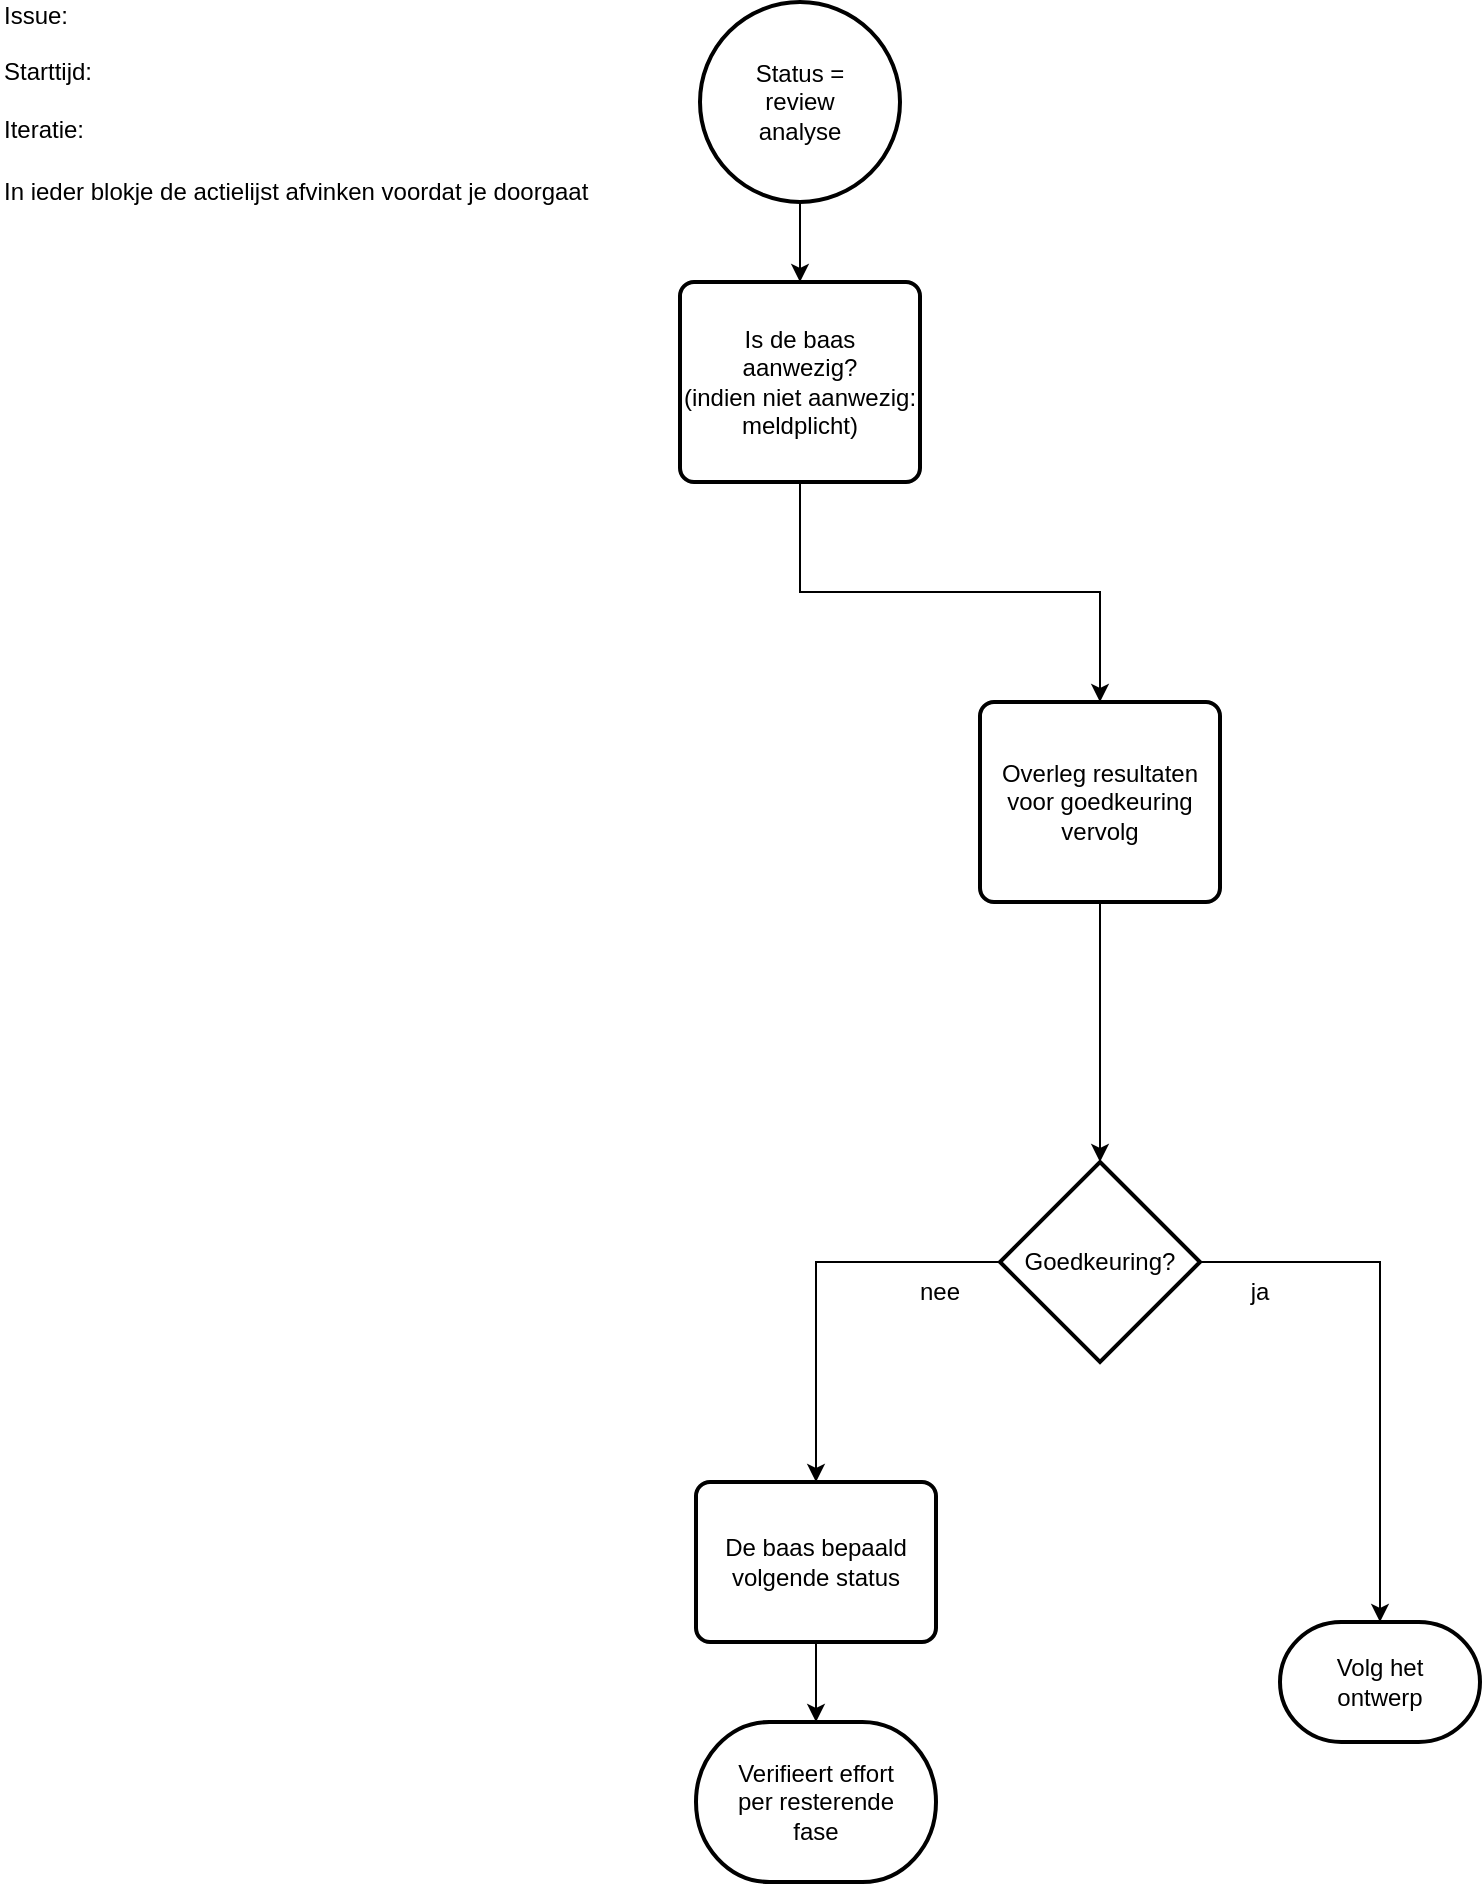
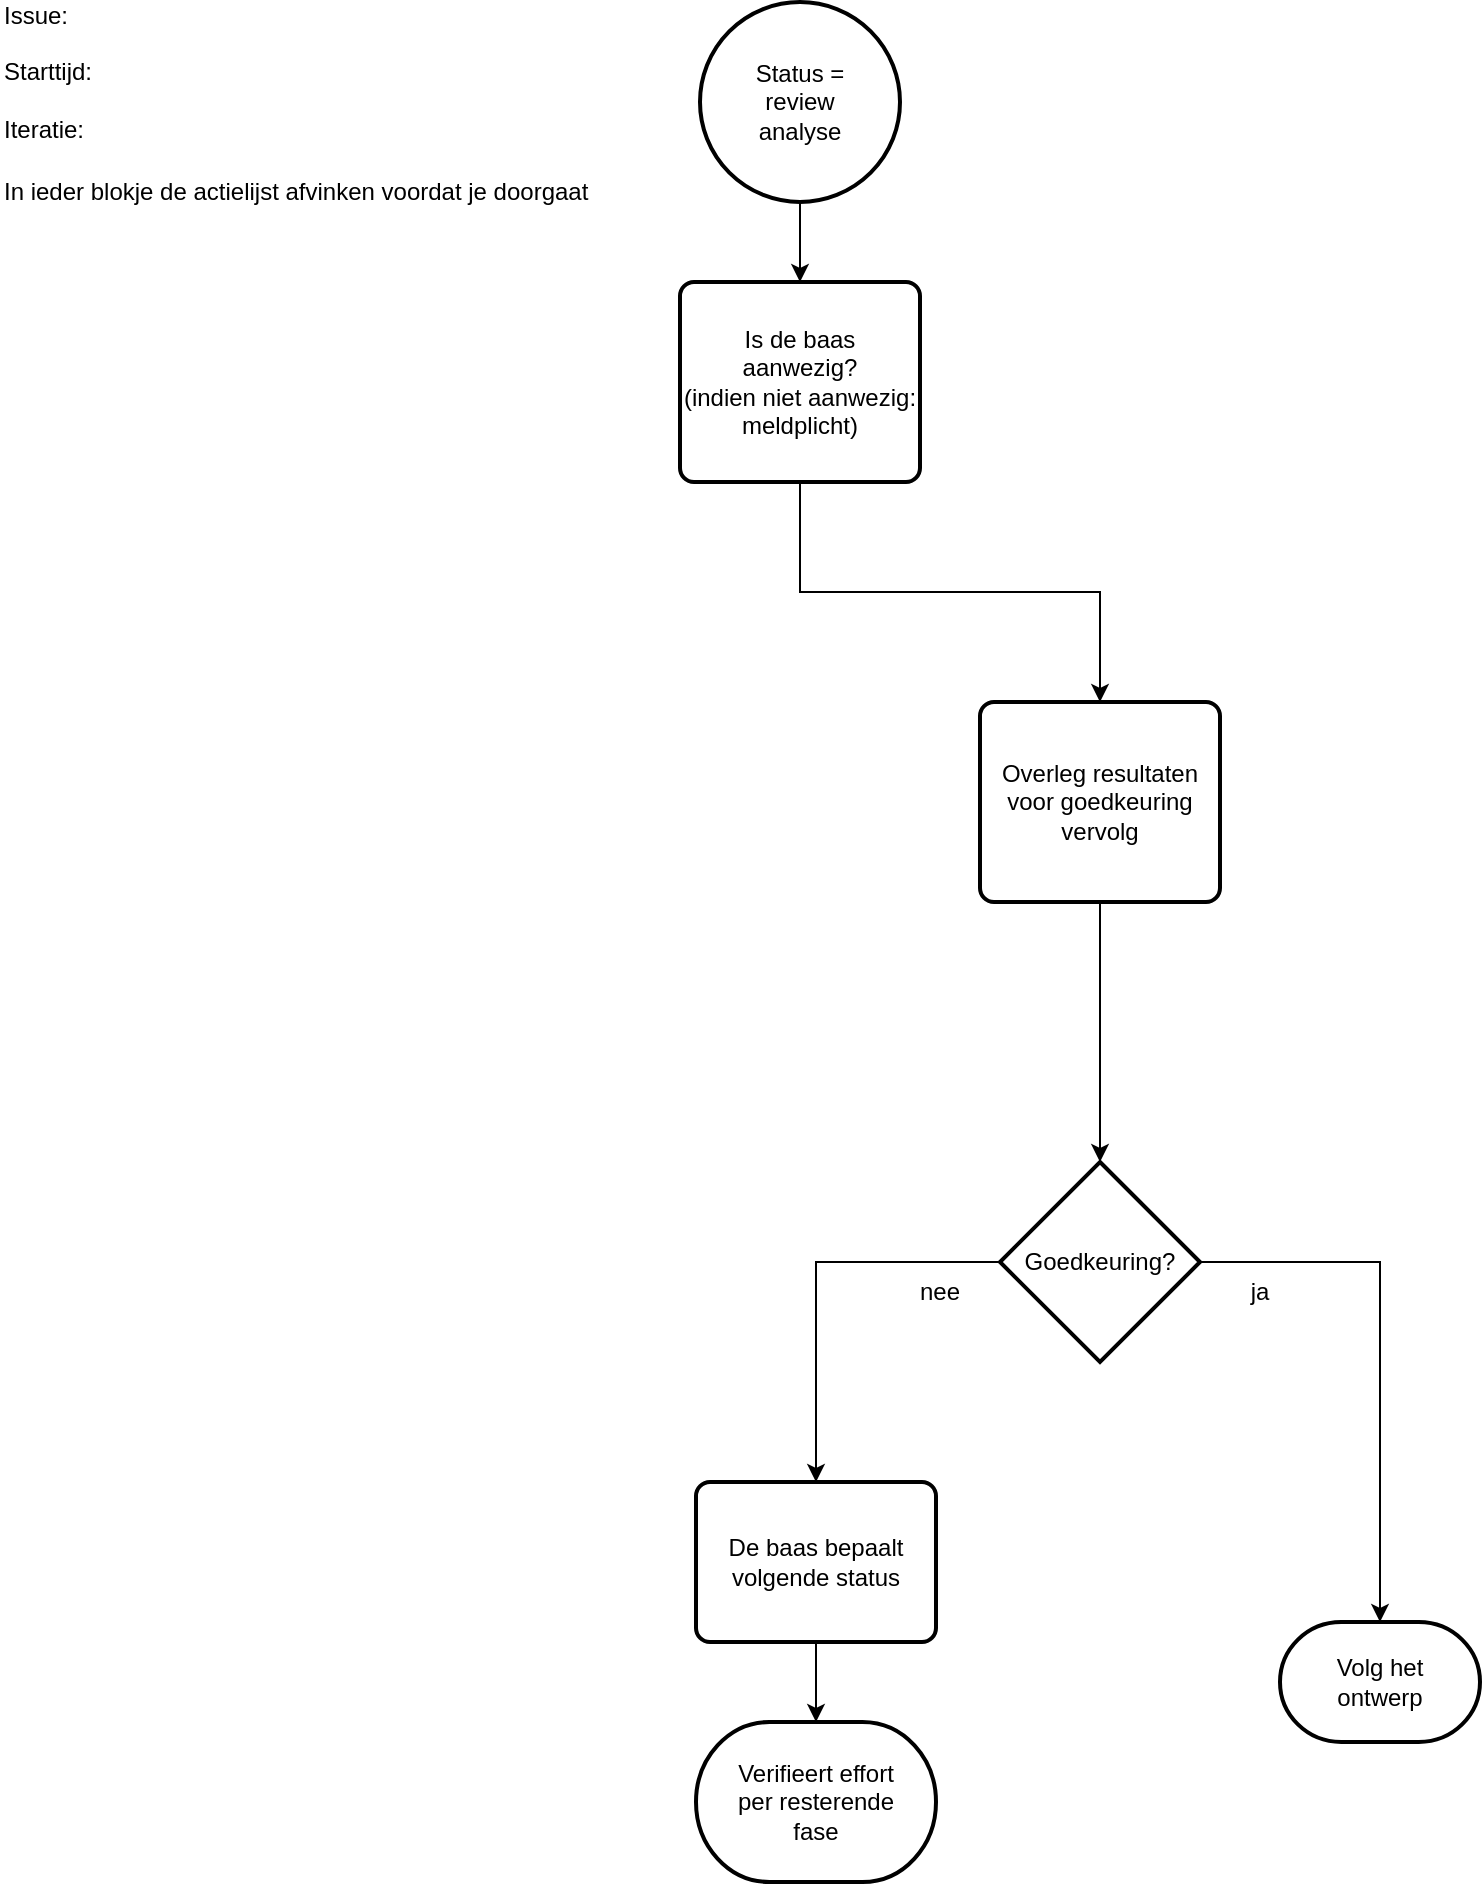
<mxfile host="Electron" agent="Mozilla/5.0 (Windows NT 10.0; Win64; x64) AppleWebKit/537.36 (KHTML, like Gecko) Chrome/143.0.0.0 Safari/537.36">
  <diagram name="Page-1" id="dRIuHNPxK5ljcTMTVuEa">
    <mxGraphModel dx="842" dy="576" grid="1" gridSize="10" guides="1" tooltips="1" connect="1" arrows="1" fold="1" page="1" pageScale="1" pageWidth="827" pageHeight="1169" math="0" shadow="0">
      <root>
        <mxCell id="0" />
        <mxCell id="1" parent="0" />
        <mxCell id="2NNRtmBDYVnEMtFiFuyq-45" edge="1" parent="1" source="2NNRtmBDYVnEMtFiFuyq-46" style="edgeStyle=orthogonalEdgeStyle;rounded=0;orthogonalLoop=1;jettySize=auto;html=1;entryX=0.5;entryY=0;entryDx=0;entryDy=0;" target="2NNRtmBDYVnEMtFiFuyq-48" value="">
          <mxGeometry relative="1" as="geometry" />
        </mxCell>
        <object label="Status =&lt;br&gt;review&lt;br&gt;analyse" Action="401" id="2NNRtmBDYVnEMtFiFuyq-46">
          <mxCell parent="1" style="strokeWidth=2;html=1;shape=mxgraph.flowchart.start_2;whiteSpace=wrap;" vertex="1">
            <mxGeometry height="100" width="100" x="360" y="10" as="geometry" />
          </mxCell>
        </object>
        <mxCell id="2NNRtmBDYVnEMtFiFuyq-47" edge="1" parent="1" source="2NNRtmBDYVnEMtFiFuyq-48" style="edgeStyle=orthogonalEdgeStyle;rounded=0;orthogonalLoop=1;jettySize=auto;html=1;exitX=0.5;exitY=1;exitDx=0;exitDy=0;entryX=0.5;entryY=0;entryDx=0;entryDy=0;" target="2NNRtmBDYVnEMtFiFuyq-53">
          <mxGeometry relative="1" as="geometry" />
        </mxCell>
        <object label="Is de baas&lt;br&gt;aanwezig?&lt;br&gt;(indien niet aanwezig:&lt;br&gt;meldplicht)" Action="402" id="2NNRtmBDYVnEMtFiFuyq-48">
          <mxCell parent="1" style="rounded=1;whiteSpace=wrap;html=1;absoluteArcSize=1;arcSize=14;strokeWidth=2;" vertex="1">
            <mxGeometry height="100" width="120" x="350" y="150" as="geometry" />
          </mxCell>
        </object>
        <mxCell id="2NNRtmBDYVnEMtFiFuyq-52" edge="1" parent="1" source="2NNRtmBDYVnEMtFiFuyq-53" style="edgeStyle=orthogonalEdgeStyle;rounded=0;orthogonalLoop=1;jettySize=auto;html=1;exitX=0.5;exitY=1;exitDx=0;exitDy=0;entryX=0.5;entryY=0;entryDx=0;entryDy=0;entryPerimeter=0;" target="2NNRtmBDYVnEMtFiFuyq-57">
          <mxGeometry relative="1" as="geometry" />
        </mxCell>
        <object label="Overleg resultaten&lt;br&gt;voor goedkeuring&lt;br&gt;vervolg" Action="404" id="2NNRtmBDYVnEMtFiFuyq-53">
          <mxCell parent="1" style="rounded=1;whiteSpace=wrap;html=1;absoluteArcSize=1;arcSize=14;strokeWidth=2;" vertex="1">
            <mxGeometry height="100" width="120" x="500" y="360" as="geometry" />
          </mxCell>
        </object>
        <object label="Goedkeuring?" Action="406" id="2NNRtmBDYVnEMtFiFuyq-57">
          <mxCell parent="1" style="strokeWidth=2;html=1;shape=mxgraph.flowchart.decision;whiteSpace=wrap;" vertex="1">
            <mxGeometry height="100" width="100" x="510" y="590" as="geometry" />
          </mxCell>
        </object>
        <object label="Volg het&lt;br&gt;ontwerp" Action="406T" id="2NNRtmBDYVnEMtFiFuyq-58">
          <mxCell parent="1" style="strokeWidth=2;html=1;shape=mxgraph.flowchart.terminator;whiteSpace=wrap;" vertex="1">
            <mxGeometry height="60" width="100" x="650" y="820" as="geometry" />
          </mxCell>
        </object>
        <mxCell id="2NNRtmBDYVnEMtFiFuyq-59" edge="1" parent="1" source="2NNRtmBDYVnEMtFiFuyq-57" style="edgeStyle=orthogonalEdgeStyle;rounded=0;orthogonalLoop=1;jettySize=auto;html=1;exitX=1;exitY=0.5;exitDx=0;exitDy=0;exitPerimeter=0;entryX=0.5;entryY=0;entryDx=0;entryDy=0;entryPerimeter=0;" target="2NNRtmBDYVnEMtFiFuyq-58">
          <mxGeometry relative="1" as="geometry" />
        </mxCell>
        <mxCell id="2NNRtmBDYVnEMtFiFuyq-60" parent="1" style="text;html=1;whiteSpace=wrap;strokeColor=none;fillColor=none;align=center;verticalAlign=middle;rounded=0;" value="ja" vertex="1">
          <mxGeometry height="30" width="60" x="610" y="640" as="geometry" />
        </mxCell>
-         <object label="De baas bepaald&lt;br&gt;volgende status" Action="406F" id="2NNRtmBDYVnEMtFiFuyq-61">
+         <object label="De baas bepaalt&lt;br&gt;volgende status" Action="406F" id="2NNRtmBDYVnEMtFiFuyq-61">
          <mxCell parent="1" style="rounded=1;whiteSpace=wrap;html=1;absoluteArcSize=1;arcSize=14;strokeWidth=2;" vertex="1">
            <mxGeometry height="80" width="120" x="358" y="750" as="geometry" />
          </mxCell>
        </object>
        <mxCell id="2NNRtmBDYVnEMtFiFuyq-62" edge="1" parent="1" source="2NNRtmBDYVnEMtFiFuyq-57" style="edgeStyle=orthogonalEdgeStyle;rounded=0;orthogonalLoop=1;jettySize=auto;html=1;exitX=0;exitY=0.5;exitDx=0;exitDy=0;exitPerimeter=0;entryX=0.5;entryY=0;entryDx=0;entryDy=0;" target="2NNRtmBDYVnEMtFiFuyq-61">
          <mxGeometry relative="1" as="geometry" />
        </mxCell>
        <mxCell id="2NNRtmBDYVnEMtFiFuyq-63" parent="1" style="text;html=1;whiteSpace=wrap;strokeColor=none;fillColor=none;align=center;verticalAlign=middle;rounded=0;" value="nee" vertex="1">
          <mxGeometry height="30" width="60" x="450" y="640" as="geometry" />
        </mxCell>
        <mxCell id="2NNRtmBDYVnEMtFiFuyq-64" parent="1" style="text;html=1;align=left;verticalAlign=middle;whiteSpace=wrap;rounded=0;" value="Issue:&amp;nbsp; &amp;nbsp;&lt;br&gt;&lt;br&gt;Starttijd:&lt;br&gt;&lt;br&gt;Iteratie:&amp;nbsp;" vertex="1">
          <mxGeometry height="30" width="60" x="10" y="30" as="geometry" />
        </mxCell>
        <mxCell id="2NNRtmBDYVnEMtFiFuyq-65" parent="1" style="text;html=1;whiteSpace=wrap;strokeColor=none;fillColor=none;align=left;verticalAlign=middle;rounded=0;labelPosition=center;verticalLabelPosition=middle;" value="In ieder blokje de actielijst afvinken voordat je doorgaat" vertex="1">
          <mxGeometry height="30" width="300" x="10" y="90" as="geometry" />
        </mxCell>
        <object label="Verifieert effort&lt;br&gt;per resterende&lt;br&gt;fase" Action="406G" id="2NNRtmBDYVnEMtFiFuyq-70">
          <mxCell parent="1" style="strokeWidth=2;html=1;shape=mxgraph.flowchart.terminator;whiteSpace=wrap;" vertex="1">
            <mxGeometry height="80" width="120" x="358" y="870" as="geometry" />
          </mxCell>
        </object>
        <mxCell id="2NNRtmBDYVnEMtFiFuyq-71" edge="1" parent="1" source="2NNRtmBDYVnEMtFiFuyq-61" style="edgeStyle=orthogonalEdgeStyle;rounded=0;orthogonalLoop=1;jettySize=auto;html=1;exitX=0.5;exitY=1;exitDx=0;exitDy=0;entryX=0.5;entryY=0;entryDx=0;entryDy=0;" target="2NNRtmBDYVnEMtFiFuyq-70">
          <mxGeometry relative="1" as="geometry" />
        </mxCell>
      </root>
    </mxGraphModel>
  </diagram>
</mxfile>
